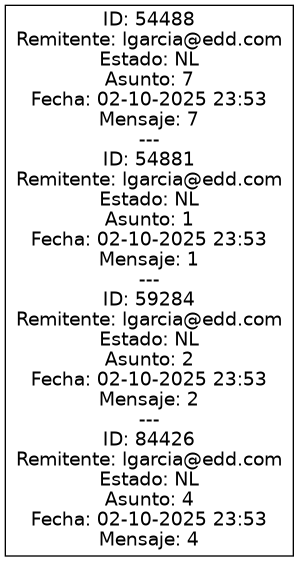
This is Fase2/mitzep-Reportes/favoritos_btree.png from YurySantosGit/-EDD-2S2025_202113318, a Graphviz export, as it was before one commit. Its source is kept beside it as Fase2/mitzep-Reportes/favoritos_btree.dot. The source it was exported from:
```dot
digraph BTree_Favoritos {
  rankdir=TB;
  n138976169094144 [shape=box, fontname="Helvetica", label="ID: 54488\nRemitente: lgarcia@edd.com\nEstado: NL\nAsunto: 7\nFecha: 02-10-2025 23:53\nMensaje: 7\n---\nID: 54881\nRemitente: lgarcia@edd.com\nEstado: NL\nAsunto: 1\nFecha: 02-10-2025 23:53\nMensaje: 1\n---\nID: 59284\nRemitente: lgarcia@edd.com\nEstado: NL\nAsunto: 2\nFecha: 02-10-2025 23:53\nMensaje: 2\n---\nID: 84426\nRemitente: lgarcia@edd.com\nEstado: NL\nAsunto: 4\nFecha: 02-10-2025 23:53\nMensaje: 4"];
}
```
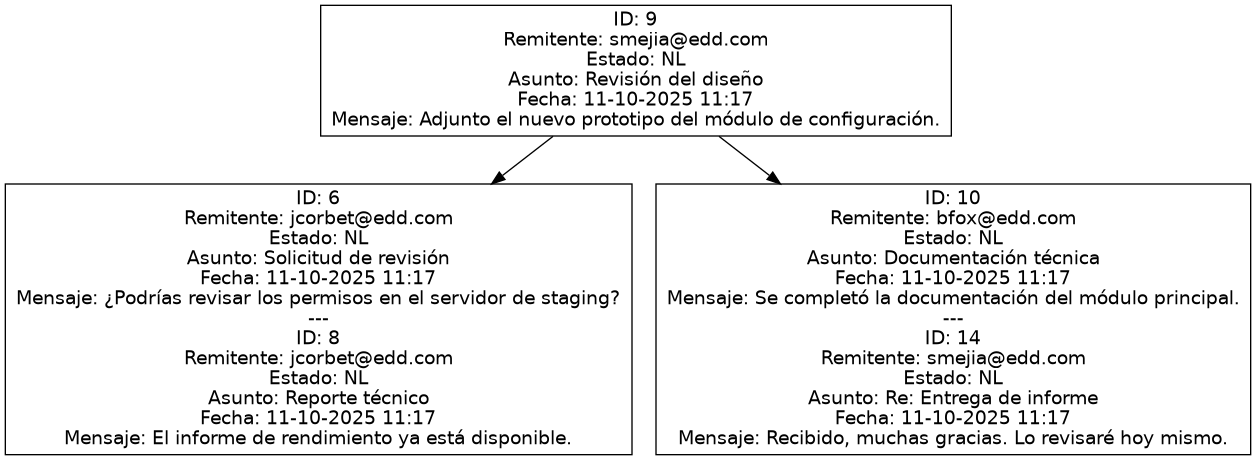
After the commit.

Change to the diagram source:
```diff
@@ -1,4 +1,8 @@
 digraph BTree_Favoritos {
   rankdir=TB;
-  n138976169094144 [shape=box, fontname="Helvetica", label="ID: 54488\nRemitente: lgarcia@edd.com\nEstado: NL\nAsunto: 7\nFecha: 02-10-2025 23:53\nMensaje: 7\n---\nID: 54881\nRemitente: lgarcia@edd.com\nEstado: NL\nAsunto: 1\nFecha: 02-10-2025 23:53\nMensaje: 1\n---\nID: 59284\nRemitente: lgarcia@edd.com\nEstado: NL\nAsunto: 2\nFecha: 02-10-2025 23:53\nMensaje: 2\n---\nID: 84426\nRemitente: lgarcia@edd.com\nEstado: NL\nAsunto: 4\nFecha: 02-10-2025 23:53\nMensaje: 4"];
+  n128466169361632 [shape=box, fontname="Helvetica", label="ID: 9\nRemitente: smejia@edd.com\nEstado: NL\nAsunto: Revisión del diseño\nFecha: 11-10-2025 11:17\nMensaje: Adjunto el nuevo prototipo del módulo de configuración."];
+  n128466169361632 -> n128466169358112;
+  n128466169361632 -> n128466169361984;
+  n128466169358112 [shape=box, fontname="Helvetica", label="ID: 6\nRemitente: jcorbet@edd.com\nEstado: NL\nAsunto: Solicitud de revisión\nFecha: 11-10-2025 11:17\nMensaje: ¿Podrías revisar los permisos en el servidor de staging?\n---\nID: 8\nRemitente: jcorbet@edd.com\nEstado: NL\nAsunto: Reporte técnico\nFecha: 11-10-2025 11:17\nMensaje: El informe de rendimiento ya está disponible."];
+  n128466169361984 [shape=box, fontname="Helvetica", label="ID: 10\nRemitente: bfox@edd.com\nEstado: NL\nAsunto: Documentación técnica\nFecha: 11-10-2025 11:17\nMensaje: Se completó la documentación del módulo principal.\n---\nID: 14\nRemitente: smejia@edd.com\nEstado: NL\nAsunto: Re: Entrega de informe\nFecha: 11-10-2025 11:17\nMensaje: Recibido, muchas gracias. Lo revisaré hoy mismo."];
 }
```
